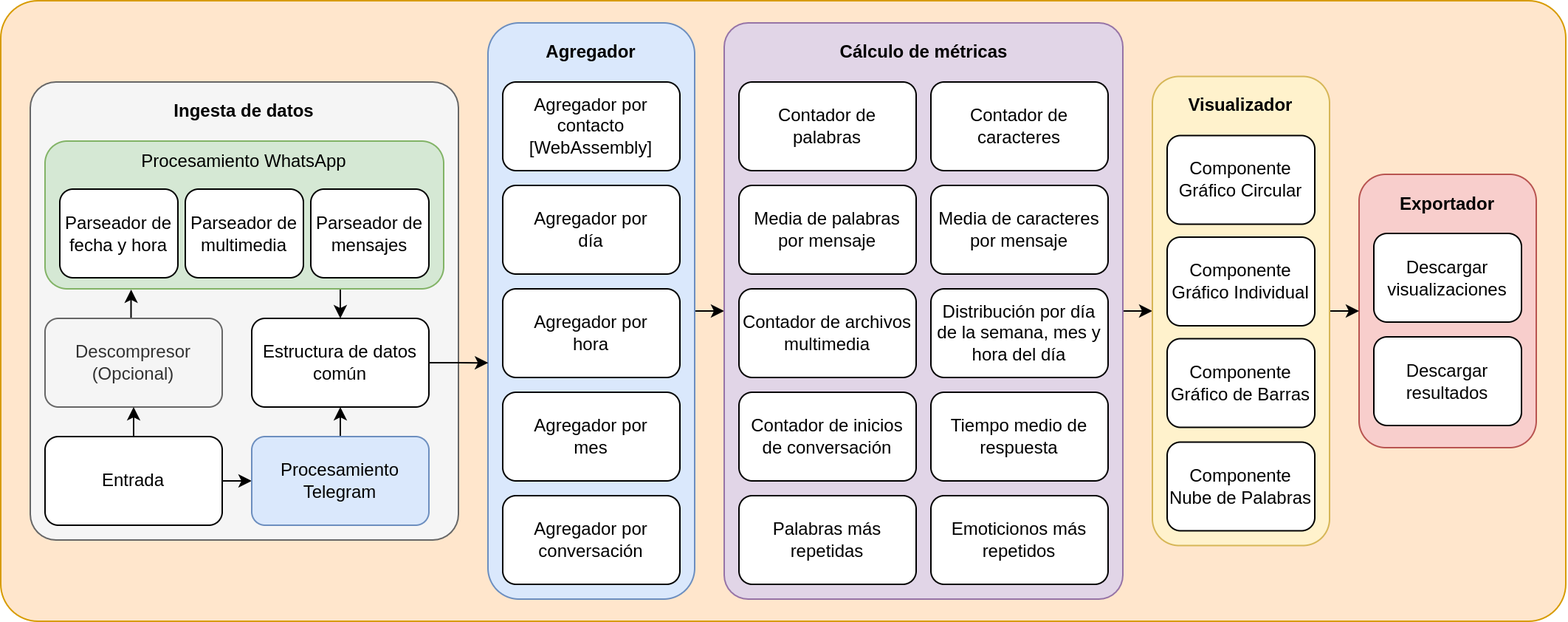
d3vv3/tfg keeps this draw.io diagram as img/architecture_processing.png. Above is the earlier version. Source tidied: cells renumbered, new cells last; positions are measured from the earlier drawing's top-left corner, leaving out a move shared by most shapes.
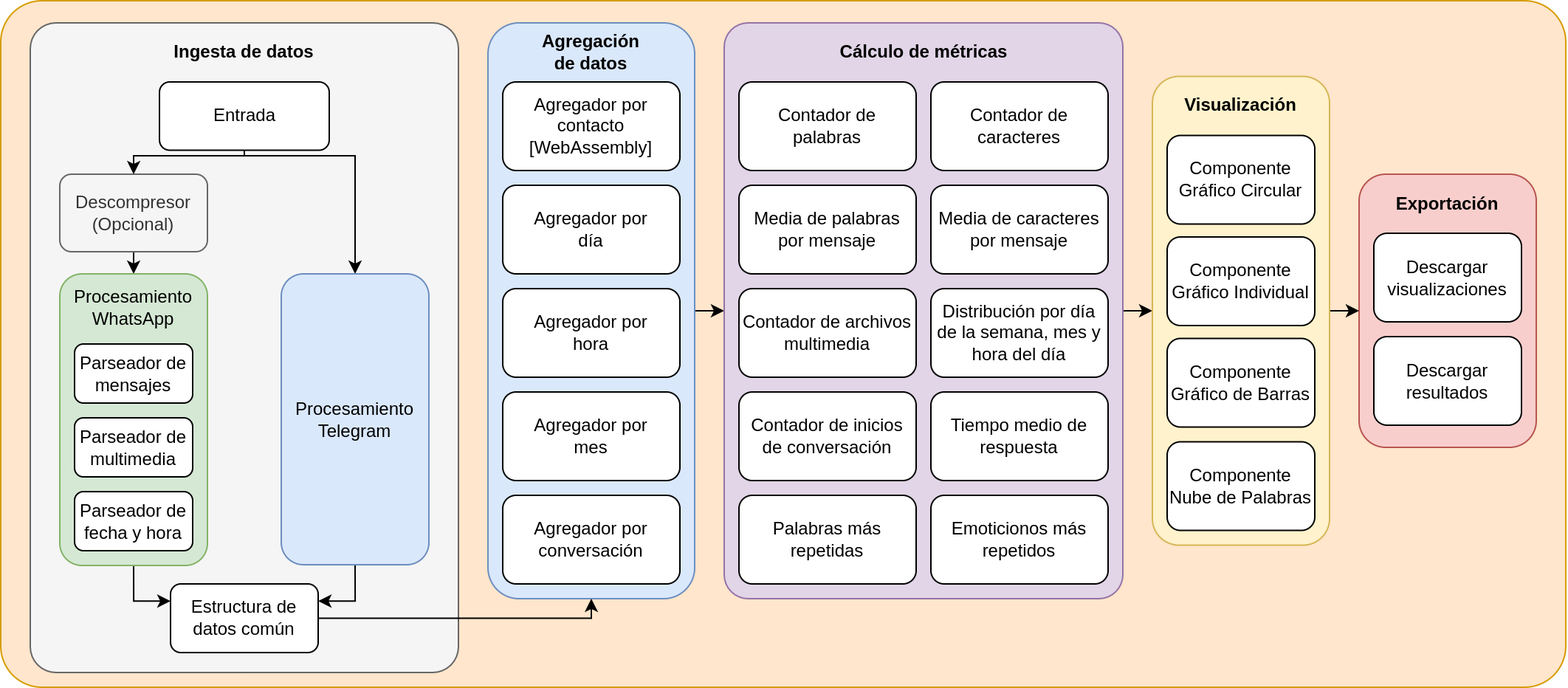
The same diagram one commit later.

What changed in the source:
```diff
@@ -3,28 +3,38 @@
     <mxCell id="0" />
     <mxCell id="1" parent="0" />
     <mxCell id="2" style="rounded=1;whiteSpace=wrap;html=1;fillColor=#ffe6cc;strokeColor=#d79b00;arcSize=6;" parent="1" vertex="1">
-      <mxGeometry width="1060" height="420" as="geometry" />
+      <mxGeometry width="1060" height="465" as="geometry" />
     </mxCell>
     <mxCell id="3" style="rounded=1;whiteSpace=wrap;html=1;fillColor=#f5f5f5;strokeColor=#666666;fontColor=#333333;arcSize=6;" parent="1" vertex="1">
-      <mxGeometry x="20" y="55" width="290" height="310" as="geometry" />
+      <mxGeometry x="20" y="15" width="290" height="440" as="geometry" />
     </mxCell>
     <mxCell id="4" value="Ingesta de datos" style="text;html=1;strokeColor=none;fillColor=none;align=center;verticalAlign=middle;whiteSpace=wrap;rounded=0;fontStyle=1;" parent="1" vertex="1">
-      <mxGeometry x="105" y="55" width="120" height="40" as="geometry" />
+      <mxGeometry x="105" y="15" width="120" height="40" as="geometry" />
     </mxCell>
-    <mxCell id="5" style="edgeStyle=orthogonalEdgeStyle;rounded=0;jettySize=auto;html=1;exitX=0.5;exitY=0;exitDx=0;exitDy=0;entryX=0.216;entryY=1.005;entryDx=0;entryDy=0;entryPerimeter=0;" parent="1" edge="1" source="6" target="36">
+    <mxCell id="5" style="edgeStyle=orthogonalEdgeStyle;rounded=0;jettySize=auto;html=1;exitX=0.5;exitY=1;exitDx=0;exitDy=0;entryX=0.5;entryY=0;entryDx=0;entryDy=0;" parent="1" edge="1" source="6" target="36">
       <mxGeometry relative="1" as="geometry" />
     </mxCell>
     <mxCell id="6" value="Descompresor&lt;br&gt;(Opcional)" style="rounded=1;whiteSpace=wrap;html=1;fillColor=#f5f5f5;fontColor=#333333;strokeColor=#666666;" parent="1" vertex="1">
-      <mxGeometry x="30" y="215" width="120" height="60" as="geometry" />
+      <mxGeometry x="40" y="117.5" width="100" height="52.5" as="geometry" />
     </mxCell>
+    <mxCell id="8" style="edgeStyle=orthogonalEdgeStyle;rounded=0;jettySize=auto;html=1;exitX=0.5;exitY=1;exitDx=0;exitDy=0;entryX=0.5;entryY=0;entryDx=0;entryDy=0;" parent="1" edge="1" source="9" target="40">
+      <mxGeometry relative="1" as="geometry">
+        <Array as="points">
+          <mxPoint x="165" y="105" />
+          <mxPoint x="240" y="105" />
+        </Array>
+      </mxGeometry>
+    </mxCell>
-    <mxCell id="7" style="edgeStyle=orthogonalEdgeStyle;rounded=0;jettySize=auto;html=1;exitX=0.5;exitY=0;exitDx=0;exitDy=0;entryX=0.5;entryY=1;entryDx=0;entryDy=0;" parent="1" edge="1" source="9" target="6">
-      <mxGeometry relative="1" as="geometry" />
+    <mxCell id="7" style="edgeStyle=orthogonalEdgeStyle;rounded=0;jettySize=auto;html=1;exitX=0.5;exitY=1;exitDx=0;exitDy=0;entryX=0.5;entryY=0;entryDx=0;entryDy=0;" parent="1" edge="1" source="9" target="6">
+      <mxGeometry relative="1" as="geometry">
+        <Array as="points">
+          <mxPoint x="165" y="105" />
+          <mxPoint x="90" y="105" />
+        </Array>
+      </mxGeometry>
     </mxCell>
-    <mxCell id="8" style="edgeStyle=orthogonalEdgeStyle;rounded=0;jettySize=auto;html=1;exitX=1;exitY=0.5;exitDx=0;exitDy=0;entryX=0;entryY=0.5;entryDx=0;entryDy=0;" parent="1" edge="1" source="9" target="40">
-      <mxGeometry relative="1" as="geometry" />
-    </mxCell>
     <mxCell id="9" value="Entrada" style="rounded=1;whiteSpace=wrap;html=1;" parent="1" vertex="1">
-      <mxGeometry x="30" y="295" width="120" height="60" as="geometry" />
+      <mxGeometry x="107.5" y="55" width="115" height="46.2" as="geometry" />
     </mxCell>
     <mxCell id="10" style="edgeStyle=orthogonalEdgeStyle;rounded=0;jettySize=auto;html=1;exitX=1;exitY=0.5;exitDx=0;exitDy=0;entryX=0;entryY=0.5;entryDx=0;entryDy=0;" parent="1" edge="1" source="11" target="18">
       <mxGeometry relative="1" as="geometry" />
@@ -44,7 +54,7 @@
     <mxCell id="15" value="Agregador por&lt;br&gt;mes" style="rounded=1;whiteSpace=wrap;html=1;" parent="1" vertex="1">
       <mxGeometry x="340" y="265" width="120" height="60" as="geometry" />
     </mxCell>
-    <mxCell id="16" value="Agregador" style="text;html=1;strokeColor=none;fillColor=none;align=center;verticalAlign=middle;whiteSpace=wrap;rounded=0;fontStyle=1;" parent="1" vertex="1">
+    <mxCell id="16" value="Agregación de datos" style="text;html=1;strokeColor=none;fillColor=none;align=center;verticalAlign=middle;whiteSpace=wrap;rounded=0;fontStyle=1;" parent="1" vertex="1">
       <mxGeometry x="370" y="15" width="60" height="40" as="geometry" />
     </mxCell>
     <mxCell id="17" style="edgeStyle=orthogonalEdgeStyle;rounded=0;jettySize=auto;html=1;exitX=1;exitY=0.5;exitDx=0;exitDy=0;entryX=0;entryY=0.5;entryDx=0;entryDy=0;" parent="1" edge="1" source="18" target="45">
@@ -92,7 +102,7 @@
     <mxCell id="31" value="Descargar&lt;br&gt;resultados" style="rounded=1;whiteSpace=wrap;html=1;" parent="1" vertex="1">
       <mxGeometry x="930" y="227.5" width="100" height="60" as="geometry" />
     </mxCell>
-    <mxCell id="32" value="Exportador" style="text;html=1;strokeColor=none;fillColor=none;align=center;verticalAlign=middle;whiteSpace=wrap;rounded=0;fontStyle=1;" parent="1" vertex="1">
+    <mxCell id="32" value="Exportación" style="text;html=1;strokeColor=none;fillColor=none;align=center;verticalAlign=middle;whiteSpace=wrap;rounded=0;fontStyle=1;" parent="1" vertex="1">
       <mxGeometry x="950" y="117.5" width="60" height="40" as="geometry" />
     </mxCell>
     <mxCell id="33" value="Contador de inicios de conversación" style="rounded=1;whiteSpace=wrap;html=1;" parent="1" vertex="1">
@@ -101,32 +111,44 @@
     <mxCell id="34" value="Tiempo medio de respuesta" style="rounded=1;whiteSpace=wrap;html=1;" parent="1" vertex="1">
       <mxGeometry x="630" y="265" width="120" height="60" as="geometry" />
     </mxCell>
-    <mxCell id="35" style="edgeStyle=orthogonalEdgeStyle;rounded=0;jettySize=auto;html=1;exitX=0.75;exitY=1;exitDx=0;exitDy=0;entryX=0.5;entryY=0;entryDx=0;entryDy=0;" parent="1" edge="1" source="36" target="38">
-      <mxGeometry relative="1" as="geometry" />
+    <mxCell id="35" style="edgeStyle=orthogonalEdgeStyle;rounded=0;jettySize=auto;html=1;exitX=0.5;exitY=1;exitDx=0;exitDy=0;entryX=0;entryY=0.25;entryDx=0;entryDy=0;" parent="1" edge="1" source="36" target="38">
+      <mxGeometry relative="1" as="geometry">
+        <Array as="points">
+          <mxPoint x="90" y="407" />
+        </Array>
+      </mxGeometry>
     </mxCell>
-    <mxCell id="36" value="Procesamiento WhatsApp&lt;br&gt;&lt;br&gt;&lt;br&gt;&lt;br&gt;&lt;br&gt;&lt;br&gt;" style="rounded=1;whiteSpace=wrap;html=1;fillColor=#d5e8d4;strokeColor=#82b366;" parent="1" vertex="1">
-      <mxGeometry x="30" y="95" width="270" height="100" as="geometry" />
+    <mxCell id="36" style="rounded=1;whiteSpace=wrap;html=1;fillColor=#d5e8d4;strokeColor=#82b366;" parent="1" vertex="1">
+      <mxGeometry x="40" y="185" width="100" height="197.5" as="geometry" />
     </mxCell>
-    <mxCell id="37" style="edgeStyle=orthogonalEdgeStyle;rounded=0;jettySize=auto;html=1;exitX=1;exitY=0.5;exitDx=0;exitDy=0;entryX=0.001;entryY=0.59;entryDx=0;entryDy=0;entryPerimeter=0;" parent="1" edge="1" source="38" target="11">
-      <mxGeometry relative="1" as="geometry" />
+    <mxCell id="37" style="edgeStyle=orthogonalEdgeStyle;rounded=0;jettySize=auto;html=1;exitX=1;exitY=0.5;exitDx=0;exitDy=0;entryX=0.5;entryY=1;entryDx=0;entryDy=0;" parent="1" edge="1" source="38" target="11">
+      <mxGeometry relative="1" as="geometry">
+        <Array as="points">
+          <mxPoint x="400" y="418" />
+        </Array>
+      </mxGeometry>
     </mxCell>
     <mxCell id="38" value="Estructura de datos común" style="rounded=1;whiteSpace=wrap;html=1;" parent="1" vertex="1">
-      <mxGeometry x="170" y="215" width="120" height="60" as="geometry" />
+      <mxGeometry x="115" y="395" width="100" height="46.5" as="geometry" />
     </mxCell>
-    <mxCell id="39" style="edgeStyle=orthogonalEdgeStyle;rounded=0;jettySize=auto;html=1;exitX=0.5;exitY=0;exitDx=0;exitDy=0;entryX=0.5;entryY=1;entryDx=0;entryDy=0;" parent="1" edge="1" source="40" target="38">
-      <mxGeometry relative="1" as="geometry" />
+    <mxCell id="39" style="edgeStyle=orthogonalEdgeStyle;rounded=0;jettySize=auto;html=1;exitX=0.5;exitY=1;exitDx=0;exitDy=0;entryX=1;entryY=0.25;entryDx=0;entryDy=0;" parent="1" edge="1" source="40" target="38">
+      <mxGeometry relative="1" as="geometry">
+        <Array as="points">
+          <mxPoint x="240" y="407" />
+        </Array>
+      </mxGeometry>
     </mxCell>
     <mxCell id="40" value="Procesamiento&lt;br&gt;Telegram" style="rounded=1;whiteSpace=wrap;html=1;fillColor=#dae8fc;strokeColor=#6c8ebf;" parent="1" vertex="1">
-      <mxGeometry x="170" y="295" width="120" height="60" as="geometry" />
+      <mxGeometry x="190" y="185" width="100" height="197" as="geometry" />
     </mxCell>
     <mxCell id="41" value="Parseador de&lt;br&gt;fecha y hora" style="rounded=1;whiteSpace=wrap;html=1;" parent="1" vertex="1">
-      <mxGeometry x="40" y="127.5" width="80" height="60" as="geometry" />
+      <mxGeometry x="50" y="332.5" width="80" height="40" as="geometry" />
     </mxCell>
     <mxCell id="42" value="Parseador de&lt;br&gt;multimedia" style="rounded=1;whiteSpace=wrap;html=1;" parent="1" vertex="1">
-      <mxGeometry x="125" y="127.5" width="80" height="60" as="geometry" />
+      <mxGeometry x="50" y="282.5" width="80" height="40" as="geometry" />
     </mxCell>
     <mxCell id="43" value="Parseador de mensajes" style="rounded=1;whiteSpace=wrap;html=1;" parent="1" vertex="1">
-      <mxGeometry x="210" y="127.5" width="80" height="60" as="geometry" />
+      <mxGeometry x="50" y="232.5" width="80" height="40" as="geometry" />
     </mxCell>
     <mxCell id="44" style="edgeStyle=orthogonalEdgeStyle;rounded=0;jettySize=auto;html=1;exitX=1;exitY=0.5;exitDx=0;exitDy=0;entryX=0;entryY=0.5;entryDx=0;entryDy=0;" parent="1" edge="1" source="45" target="29">
       <mxGeometry relative="1" as="geometry" />
@@ -140,7 +162,7 @@
     <mxCell id="47" value="Componente Gráfico Individual" style="rounded=1;whiteSpace=wrap;html=1;" parent="1" vertex="1">
       <mxGeometry x="790" y="160" width="100" height="60" as="geometry" />
     </mxCell>
-    <mxCell id="48" value="Visualizador" style="text;html=1;strokeColor=none;fillColor=none;align=center;verticalAlign=middle;whiteSpace=wrap;rounded=0;fontStyle=1;" parent="1" vertex="1">
+    <mxCell id="48" value="Visualización" style="text;html=1;strokeColor=none;fillColor=none;align=center;verticalAlign=middle;whiteSpace=wrap;rounded=0;fontStyle=1;" parent="1" vertex="1">
       <mxGeometry x="800" y="51.2" width="80" height="40" as="geometry" />
     </mxCell>
     <mxCell id="49" value="Componente Gráfico de Barras" style="rounded=1;whiteSpace=wrap;html=1;" parent="1" vertex="1">
@@ -149,5 +171,8 @@
     <mxCell id="50" value="Componente Nube de Palabras" style="rounded=1;whiteSpace=wrap;html=1;" parent="1" vertex="1">
       <mxGeometry x="790" y="298.8" width="100" height="60" as="geometry" />
     </mxCell>
+    <mxCell id="51" value="Procesamiento&lt;br&gt;WhatsApp" style="text;html=1;strokeColor=none;fillColor=none;align=center;verticalAlign=middle;whiteSpace=wrap;rounded=0;" parent="1" vertex="1">
+      <mxGeometry x="60" y="192.5" width="60" height="30" as="geometry" />
+    </mxCell>
   </root>
 </mxGraphModel>
```
